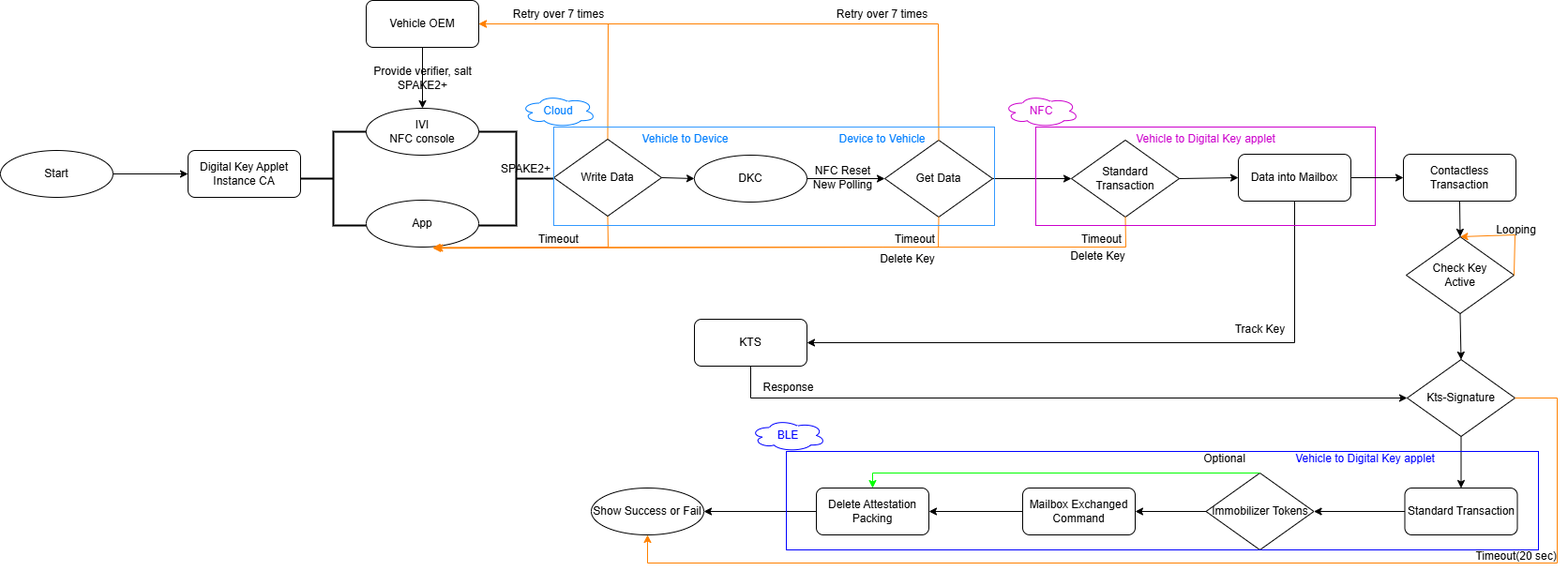
Before: Present_OwnerParing.drawio.png, a diagram exported from draw.io (LaurenHsu31/DKC). Source tidied: cells renumbered, new cells last; positions are measured from the earlier drawing's top-left corner, leaving out a move shared by most shapes.
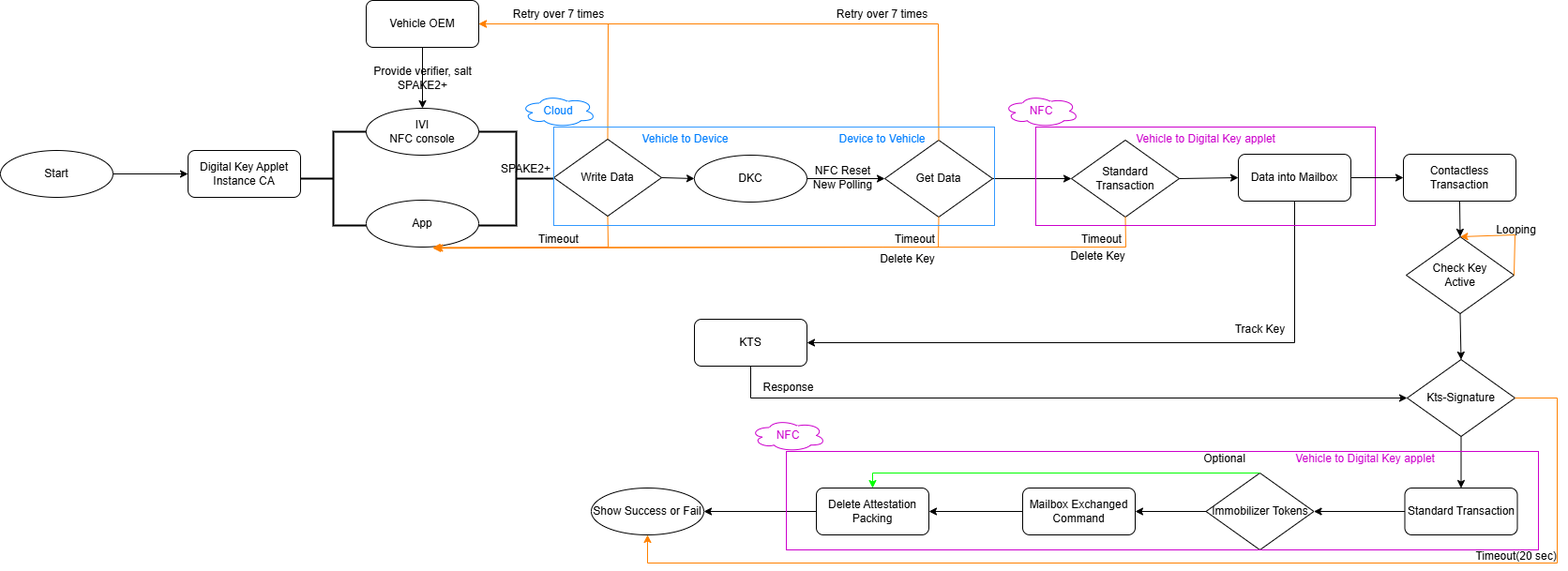
The same diagram one commit later.

Change to the diagram source:
```diff
@@ -228,10 +228,10 @@
     <mxCell id="62" value="&lt;font style=&quot;color: rgb(204, 0, 204);&quot;&gt;Vehicle to Digital Key applet&lt;/font&gt;" style="text;html=1;align=center;verticalAlign=middle;strokeColor=none;fillColor=none;" parent="1" vertex="1">
       <mxGeometry x="1200" y="133" width="170" height="30" as="geometry" />
     </mxCell>
-    <mxCell id="63" style="rounded=0;whiteSpace=wrap;html=1;fillColor=none;strokeColor=#0000FF;" parent="1" vertex="1">
+    <mxCell id="63" style="rounded=0;whiteSpace=wrap;html=1;fillColor=none;strokeColor=#CC00CC;" parent="1" vertex="1">
       <mxGeometry x="838" y="481" width="802" height="105" as="geometry" />
     </mxCell>
-    <mxCell id="64" value="&lt;font style=&quot;color: rgb(0, 0, 255);&quot;&gt;Vehicle to Digital Key applet&lt;/font&gt;" style="text;html=1;align=center;verticalAlign=middle;strokeColor=none;fillColor=none;" parent="1" vertex="1">
+    <mxCell id="64" value="&lt;font style=&quot;color: rgb(204, 0, 204);&quot;&gt;Vehicle to Digital Key applet&lt;/font&gt;" style="text;html=1;align=center;verticalAlign=middle;strokeColor=none;fillColor=none;" parent="1" vertex="1">
       <mxGeometry x="1370" y="474" width="170" height="30" as="geometry" />
     </mxCell>
     <mxCell id="65" value="&lt;font style=&quot;color: rgb(0, 127, 255);&quot;&gt;Cloud&lt;/font&gt;" style="ellipse;shape=cloud;whiteSpace=wrap;html=1;strokeColor=#007FFF;" parent="1" vertex="1">
@@ -240,7 +240,7 @@
     <mxCell id="66" value="&lt;font style=&quot;color: rgb(204, 0, 204);&quot;&gt;NFC&lt;/font&gt;" style="ellipse;shape=cloud;whiteSpace=wrap;html=1;strokeColor=#CC00CC;" parent="1" vertex="1">
       <mxGeometry x="1070" y="101" width="80" height="34" as="geometry" />
     </mxCell>
-    <mxCell id="67" value="&lt;font style=&quot;color: rgb(0, 0, 255);&quot;&gt;BLE&lt;/font&gt;" style="ellipse;shape=cloud;whiteSpace=wrap;html=1;strokeColor=#0000FF;" parent="1" vertex="1">
+    <mxCell id="67" value="&lt;font style=&quot;color: rgb(204, 0, 204);&quot;&gt;NFC&lt;/font&gt;" style="ellipse;shape=cloud;whiteSpace=wrap;html=1;strokeColor=#CC00CC;" parent="1" vertex="1">
       <mxGeometry x="800" y="447" width="80" height="34" as="geometry" />
     </mxCell>
     <mxCell id="68" value="Contactless Transaction" style="rounded=1;whiteSpace=wrap;html=1;" parent="1" vertex="1">
```
